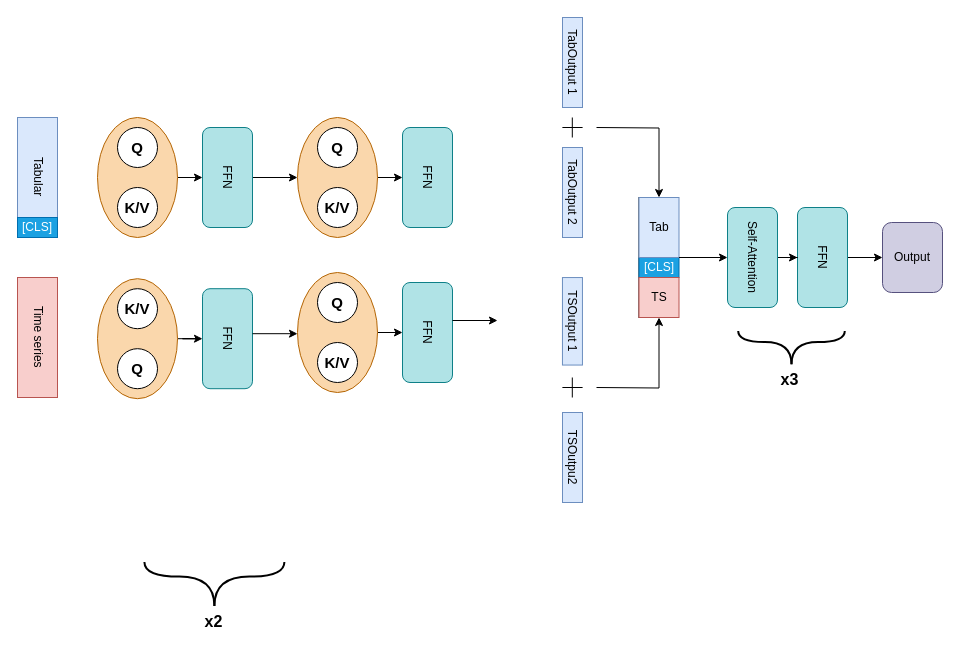
Earlier version of the draw.io diagram CrossXTab_did.drawio (Jeremstym/MulModVM). Source tidied: cells renumbered, new cells numbered last; positions are measured from the earlier drawing's top-left corner, leaving out a move shared by most shapes. Both pictures are drawn from the tidied source at 100%, with x=0, y=0 at pixel (17, 52).
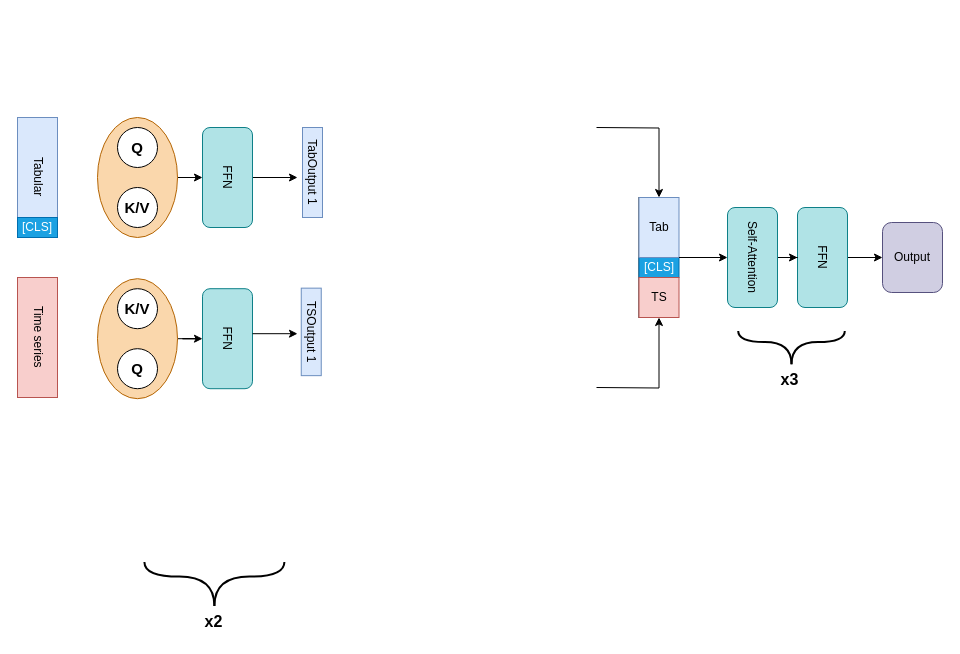
Above is the later version.

Commit message (it also covers changes not shown here):
Mettre à jour CrossXTab_did.drawio

Diff of the diagram source:
```diff
@@
-    <mxCell id="8" style="edgeStyle=orthogonalEdgeStyle;rounded=0;jettySize=auto;html=1;entryX=0.5;entryY=1;entryDx=0;entryDy=0;" parent="1" edge="1" source="9" target="22">
-      <mxGeometry relative="1" as="geometry" />
-    </mxCell>
-    <mxCell id="9" style="ellipse;whiteSpace=wrap;html=1;rotation=90;fillColor=#fad7ac;strokeColor=#b46504;" parent="1" vertex="1">
-      <mxGeometry x="260" y="85" width="120" height="80" as="geometry" />
-    </mxCell>
-    <mxCell id="10" value="&lt;font size=&quot;1&quot;&gt;&lt;b style=&quot;font-size: 15px;&quot;&gt;Q&lt;/b&gt;&lt;/font&gt;" style="ellipse;whiteSpace=wrap;html=1;" parent="1" vertex="1">
-      <mxGeometry x="300" y="75" width="40" height="40" as="geometry" />
-    </mxCell>
-    <mxCell id="11" value="&lt;font size=&quot;1&quot;&gt;&lt;b style=&quot;font-size: 15px;&quot;&gt;K/V&lt;/b&gt;&lt;/font&gt;" style="ellipse;whiteSpace=wrap;html=1;" parent="1" vertex="1">
-      <mxGeometry x="300" y="135" width="40" height="40" as="geometry" />
-    </mxCell>
@@
-    <mxCell id="16" style="edgeStyle=orthogonalEdgeStyle;rounded=0;jettySize=auto;html=1;entryX=0.5;entryY=1;entryDx=0;entryDy=0;" parent="1" edge="1" source="17" target="25">
-      <mxGeometry relative="1" as="geometry" />
-    </mxCell>
-    <mxCell id="17" style="ellipse;whiteSpace=wrap;html=1;rotation=90;fillColor=#fad7ac;strokeColor=#b46504;" parent="1" vertex="1">
-      <mxGeometry x="260" y="240" width="120" height="80" as="geometry" />
-    </mxCell>
-    <mxCell id="18" value="&lt;font size=&quot;1&quot;&gt;&lt;b style=&quot;font-size: 15px;&quot;&gt;Q&lt;/b&gt;&lt;/font&gt;" style="ellipse;whiteSpace=wrap;html=1;" parent="1" vertex="1">
-      <mxGeometry x="300" y="230" width="40" height="40" as="geometry" />
-    </mxCell>
-    <mxCell id="19" value="&lt;font size=&quot;1&quot;&gt;&lt;b style=&quot;font-size: 15px;&quot;&gt;K/V&lt;/b&gt;&lt;/font&gt;" style="ellipse;whiteSpace=wrap;html=1;" parent="1" vertex="1">
-      <mxGeometry x="300" y="290" width="40" height="40" as="geometry" />
-    </mxCell>
@@
-    <mxCell id="22" value="FFN" style="rounded=1;whiteSpace=wrap;html=1;rotation=90;fillColor=#b0e3e6;strokeColor=#0e8088;" parent="1" vertex="1">
-      <mxGeometry x="360" y="100" width="100" height="50" as="geometry" />
-    </mxCell>
@@
-    <mxCell id="25" value="FFN" style="rounded=1;whiteSpace=wrap;html=1;rotation=90;fillColor=#b0e3e6;strokeColor=#0e8088;" parent="1" vertex="1">
-      <mxGeometry x="360" y="255" width="100" height="50" as="geometry" />
-    </mxCell>
@@
-    <mxCell id="27" value="TabOutput 2" style="rounded=0;whiteSpace=wrap;html=1;rotation=90;fillColor=#dae8fc;strokeColor=#6c8ebf;" parent="1" vertex="1">
-      <mxGeometry x="510" y="130" width="90" height="20" as="geometry" />
-    </mxCell>
     <mxCell id="28" value="TabOutput 1" style="rounded=0;whiteSpace=wrap;html=1;rotation=90;fillColor=#dae8fc;strokeColor=#6c8ebf;" parent="1" vertex="1">
-      <mxGeometry x="510" width="90" height="20" as="geometry" />
+      <mxGeometry x="250" y="110" width="90" height="20" as="geometry" />
     </mxCell>
-    <mxCell id="29" style="endArrow=none;html=1;rounded=0;" parent="1" edge="1">
-      <mxGeometry relative="1" as="geometry">
-        <mxPoint x="554.8" y="65" as="sourcePoint" />
-        <mxPoint x="554.8" y="85" as="targetPoint" />
-      </mxGeometry>
-    </mxCell>
-    <mxCell id="30" style="endArrow=none;html=1;rounded=0;" parent="1" edge="1">
-      <mxGeometry relative="1" as="geometry">
-        <mxPoint x="565.1" y="75" as="sourcePoint" />
-        <mxPoint x="544.9" y="75" as="targetPoint" />
-      </mxGeometry>
-    </mxCell>
@@
-    <mxCell id="32" style="edgeStyle=orthogonalEdgeStyle;rounded=0;orthogonalLoop=1;jettySize=auto;html=1;" parent="1" edge="1">
-      <mxGeometry relative="1" as="geometry">
-        <mxPoint x="435" y="268" as="sourcePoint" />
-        <mxPoint x="480" y="268" as="targetPoint" />
-      </mxGeometry>
-    </mxCell>
-    <mxCell id="33" value="TSOutpu2" style="rounded=0;whiteSpace=wrap;html=1;rotation=90;fillColor=#dae8fc;strokeColor=#6c8ebf;" parent="1" vertex="1">
-      <mxGeometry x="510" y="395" width="90" height="20" as="geometry" />
-    </mxCell>
     <mxCell id="34" value="TSOutput 1" style="rounded=0;whiteSpace=wrap;html=1;rotation=90;fillColor=#dae8fc;strokeColor=#6c8ebf;" parent="1" vertex="1">
-      <mxGeometry x="511.2" y="258.8" width="87.5" height="20" as="geometry" />
+      <mxGeometry x="250" y="269.4" width="87.5" height="20" as="geometry" />
     </mxCell>
-    <mxCell id="35" style="endArrow=none;html=1;rounded=0;" parent="1" edge="1">
-      <mxGeometry relative="1" as="geometry">
-        <mxPoint x="554.8" y="325" as="sourcePoint" />
-        <mxPoint x="554.8" y="345" as="targetPoint" />
-      </mxGeometry>
-    </mxCell>
-    <mxCell id="36" style="endArrow=none;html=1;rounded=0;" parent="1" edge="1">
-      <mxGeometry relative="1" as="geometry">
-        <mxPoint x="565.1" y="335" as="sourcePoint" />
-        <mxPoint x="544.9" y="335" as="targetPoint" />
-      </mxGeometry>
-    </mxCell>
```
